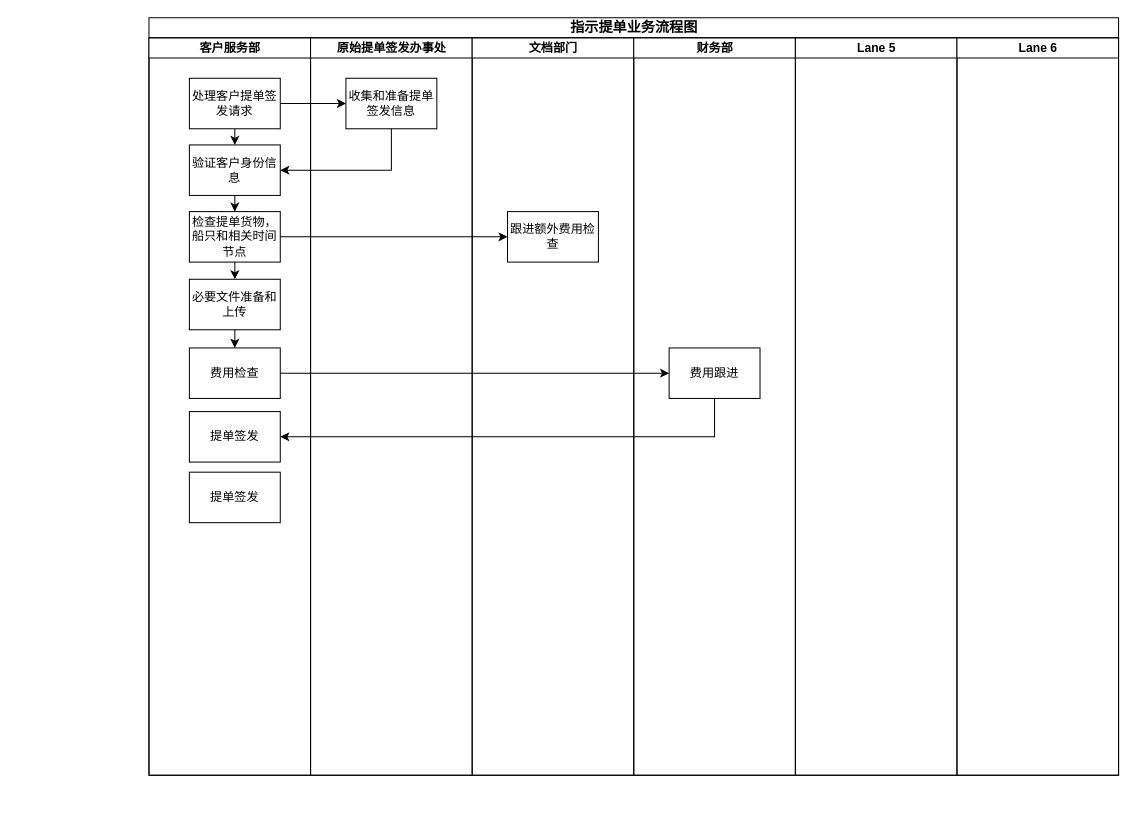
This is 指示提单全业务流程图.drawio from huangdamon/taobao_catch, a draw.io file, before an edit. Source tidied: cells renumbered, new cells numbered last; positions are measured from the earlier drawing's top-left corner, leaving out a move shared by most shapes. Both pictures are drawn from the tidied source at 101%, with x=0, y=0 at pixel (148, 17).
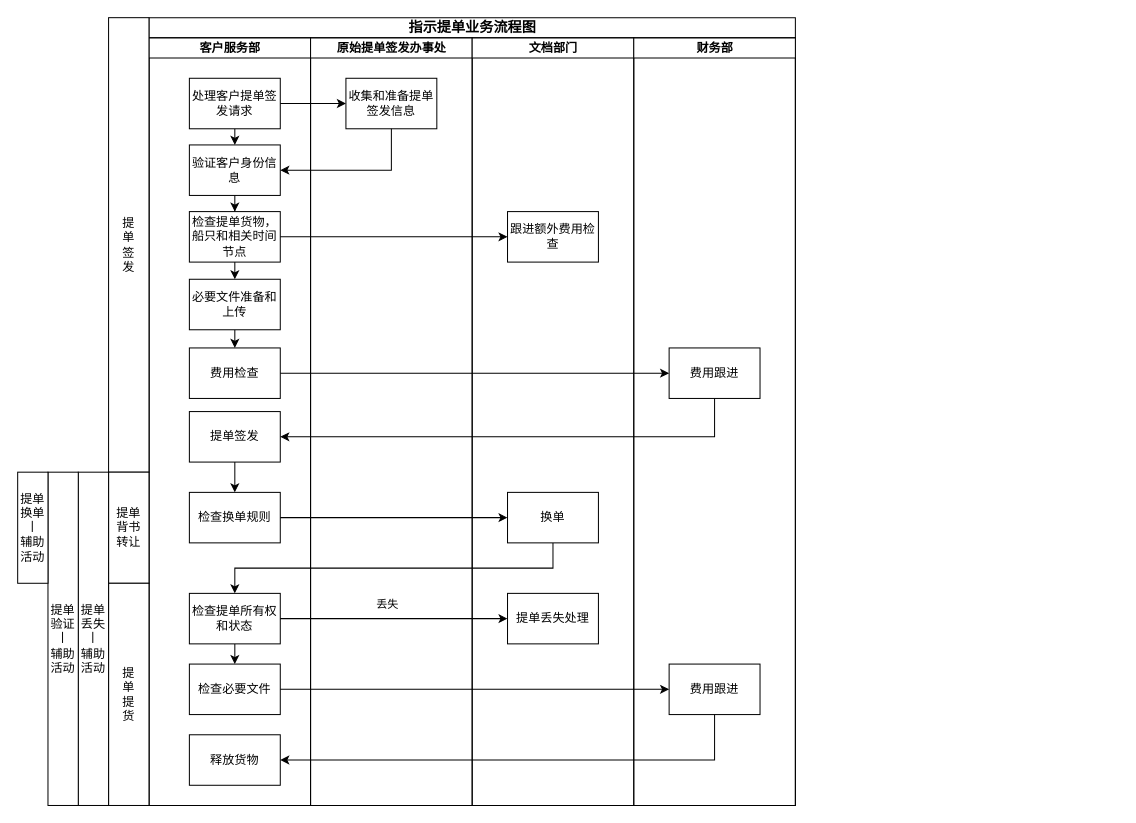
After the change.

Commit message:
更新指示提单全业务流程图.drawio

Unchanged cells that the change refers to:
```xml
<mxCell id="13" value="提单签发" style="rounded=0;whiteSpace=wrap;html=1;" parent="3" vertex="1">
  <mxGeometry x="40" y="370" width="90" height="50" as="geometry" />
</mxCell>
```

Change to the diagram source:
```diff
@@
     <mxCell id="2" value="&lt;font style=&quot;font-size: 14px;&quot;&gt;指示提单业务流程图&lt;/font&gt;" style="swimlane;html=1;startSize=20;rounded=0;shadow=0;labelBackgroundColor=none;strokeWidth=1;fontFamily=Verdana;fontSize=8;align=center;" parent="1" vertex="1">
-      <mxGeometry width="960" height="750" as="geometry" />
+      <mxGeometry width="640" height="780" as="geometry" />
     </mxCell>
     <mxCell id="3" value="客户服务部" style="swimlane;html=1;startSize=20;" parent="2" vertex="1">
-      <mxGeometry y="20" width="160" height="730" as="geometry" />
+      <mxGeometry y="20" width="160" height="760" as="geometry" />
     </mxCell>
@@
+    <mxCell id="28" style="edgeStyle=orthogonalEdgeStyle;rounded=0;jettySize=auto;html=1;exitX=0.5;exitY=1;exitDx=0;exitDy=0;entryX=0.5;entryY=0;entryDx=0;entryDy=0;" parent="3" edge="1" source="13" target="32">
+      <mxGeometry relative="1" as="geometry" />
+    </mxCell>
@@
+    <mxCell id="29" style="edgeStyle=orthogonalEdgeStyle;rounded=0;jettySize=auto;html=1;exitX=0.5;exitY=1;exitDx=0;exitDy=0;entryX=0.5;entryY=0;entryDx=0;entryDy=0;" parent="3" edge="1" source="14" target="30">
+      <mxGeometry relative="1" as="geometry" />
+    </mxCell>
-    <mxCell id="14" value="提单签发" style="rounded=0;whiteSpace=wrap;html=1;" parent="3" vertex="1">
-      <mxGeometry x="40" y="430" width="90" height="50" as="geometry" />
+    <mxCell id="14" value="检查提单所有权和状态" style="rounded=0;whiteSpace=wrap;html=1;" parent="3" vertex="1">
+      <mxGeometry x="40" y="550" width="90" height="50" as="geometry" />
     </mxCell>
+    <mxCell id="30" value="检查必要文件" style="rounded=0;whiteSpace=wrap;html=1;" parent="3" vertex="1">
+      <mxGeometry x="40" y="620" width="90" height="50" as="geometry" />
+    </mxCell>
+    <mxCell id="31" value="释放货物" style="rounded=0;whiteSpace=wrap;html=1;" parent="3" vertex="1">
+      <mxGeometry x="40" y="690" width="90" height="50" as="geometry" />
+    </mxCell>
+    <mxCell id="32" value="检查换单规则" style="rounded=0;whiteSpace=wrap;html=1;" parent="3" vertex="1">
+      <mxGeometry x="40" y="450" width="90" height="50" as="geometry" />
+    </mxCell>
     <mxCell id="15" value="原始提单签发办事处" style="swimlane;html=1;startSize=20;" parent="2" vertex="1">
-      <mxGeometry x="160" y="20" width="160" height="730" as="geometry" />
+      <mxGeometry x="160" y="20" width="160" height="760" as="geometry" />
     </mxCell>
@@
     <mxCell id="17" value="文档部门" style="swimlane;html=1;startSize=20;" parent="2" vertex="1">
-      <mxGeometry x="320" y="20" width="160" height="730" as="geometry" />
+      <mxGeometry x="320" y="20" width="160" height="760" as="geometry" />
     </mxCell>
@@
+    <mxCell id="33" value="提单丢失处理" style="rounded=0;whiteSpace=wrap;html=1;" parent="17" vertex="1">
+      <mxGeometry x="35" y="550" width="90" height="50" as="geometry" />
+    </mxCell>
+    <mxCell id="34" value="换单" style="rounded=0;whiteSpace=wrap;html=1;" parent="17" vertex="1">
+      <mxGeometry x="35" y="450" width="90" height="50" as="geometry" />
+    </mxCell>
     <mxCell id="19" value="财务部" style="swimlane;html=1;startSize=20;" parent="2" vertex="1">
-      <mxGeometry x="480" y="20" width="160" height="730" as="geometry" />
+      <mxGeometry x="480" y="20" width="160" height="760" as="geometry" />
     </mxCell>
@@
-    <mxCell id="21" value="Lane 5" style="swimlane;html=1;startSize=20;" parent="2" vertex="1">
-      <mxGeometry x="640" y="20" width="160" height="730" as="geometry" />
-    </mxCell>
-    <mxCell id="22" value="Lane 6" style="swimlane;html=1;startSize=20;" parent="2" vertex="1">
-      <mxGeometry x="800" y="20" width="160" height="730" as="geometry" />
-    </mxCell>
+    <mxCell id="35" value="费用跟进" style="rounded=0;whiteSpace=wrap;html=1;" parent="19" vertex="1">
+      <mxGeometry x="35" y="620" width="90" height="50" as="geometry" />
+    </mxCell>
@@
+    <mxCell id="36" style="edgeStyle=orthogonalEdgeStyle;rounded=0;jettySize=auto;html=1;exitX=1;exitY=0.5;exitDx=0;exitDy=0;entryX=0;entryY=0.5;entryDx=0;entryDy=0;" parent="2" edge="1" source="14" target="33">
+      <mxGeometry relative="1" as="geometry" />
+    </mxCell>
+    <mxCell id="37" value="丢失" style="edgeLabel;html=1;align=center;verticalAlign=middle;" parent="36" vertex="1">
+      <mxGeometry x="-0.07" relative="1" as="geometry">
+        <mxPoint y="-15" as="offset" />
+      </mxGeometry>
+    </mxCell>
+    <mxCell id="38" style="edgeStyle=orthogonalEdgeStyle;rounded=0;jettySize=auto;html=1;exitX=1;exitY=0.5;exitDx=0;exitDy=0;entryX=0;entryY=0.5;entryDx=0;entryDy=0;" parent="2" edge="1" source="30" target="35">
+      <mxGeometry relative="1" as="geometry" />
+    </mxCell>
+    <mxCell id="39" style="edgeStyle=orthogonalEdgeStyle;rounded=0;jettySize=auto;html=1;exitX=0.5;exitY=1;exitDx=0;exitDy=0;entryX=1;entryY=0.5;entryDx=0;entryDy=0;" parent="2" edge="1" source="35" target="31">
+      <mxGeometry relative="1" as="geometry" />
+    </mxCell>
+    <mxCell id="40" style="edgeStyle=orthogonalEdgeStyle;rounded=0;jettySize=auto;html=1;exitX=1;exitY=0.5;exitDx=0;exitDy=0;entryX=0;entryY=0.5;entryDx=0;entryDy=0;" parent="2" edge="1" source="32" target="34">
+      <mxGeometry relative="1" as="geometry" />
+    </mxCell>
+    <mxCell id="41" style="edgeStyle=orthogonalEdgeStyle;rounded=0;jettySize=auto;html=1;exitX=0.5;exitY=1;exitDx=0;exitDy=0;entryX=0.5;entryY=0;entryDx=0;entryDy=0;" parent="2" edge="1" source="34" target="14">
+      <mxGeometry relative="1" as="geometry" />
+    </mxCell>
+    <mxCell id="42" value="提&lt;br&gt;单&lt;br&gt;签&lt;br&gt;发" style="rounded=0;whiteSpace=wrap;html=1;" parent="1" vertex="1">
+      <mxGeometry x="-40" width="40" height="450" as="geometry" />
+    </mxCell>
+    <mxCell id="43" value="提单&lt;br&gt;背书&lt;br&gt;转让" style="rounded=0;whiteSpace=wrap;html=1;" parent="1" vertex="1">
+      <mxGeometry x="-40" y="450" width="40" height="110" as="geometry" />
+    </mxCell>
+    <mxCell id="44" value="提&lt;br&gt;单&lt;br&gt;提&lt;br&gt;货" style="rounded=0;whiteSpace=wrap;html=1;" parent="1" vertex="1">
+      <mxGeometry x="-40" y="560" width="40" height="220" as="geometry" />
+    </mxCell>
+    <mxCell id="45" value="提单丢失&lt;br&gt;丨&lt;br&gt;辅助活动" style="rounded=0;whiteSpace=wrap;html=1;" parent="1" vertex="1">
+      <mxGeometry x="-70" y="450" width="30" height="330" as="geometry" />
+    </mxCell>
+    <mxCell id="46" value="提单验证&lt;br&gt;丨&lt;br&gt;辅助活动" style="rounded=0;whiteSpace=wrap;html=1;" parent="1" vertex="1">
+      <mxGeometry x="-100" y="450" width="30" height="330" as="geometry" />
+    </mxCell>
+    <mxCell id="47" value="提单换单&lt;br&gt;丨&lt;br&gt;辅助活动" style="rounded=0;whiteSpace=wrap;html=1;" parent="1" vertex="1">
+      <mxGeometry x="-130" y="450" width="30" height="110" as="geometry" />
+    </mxCell>
```
